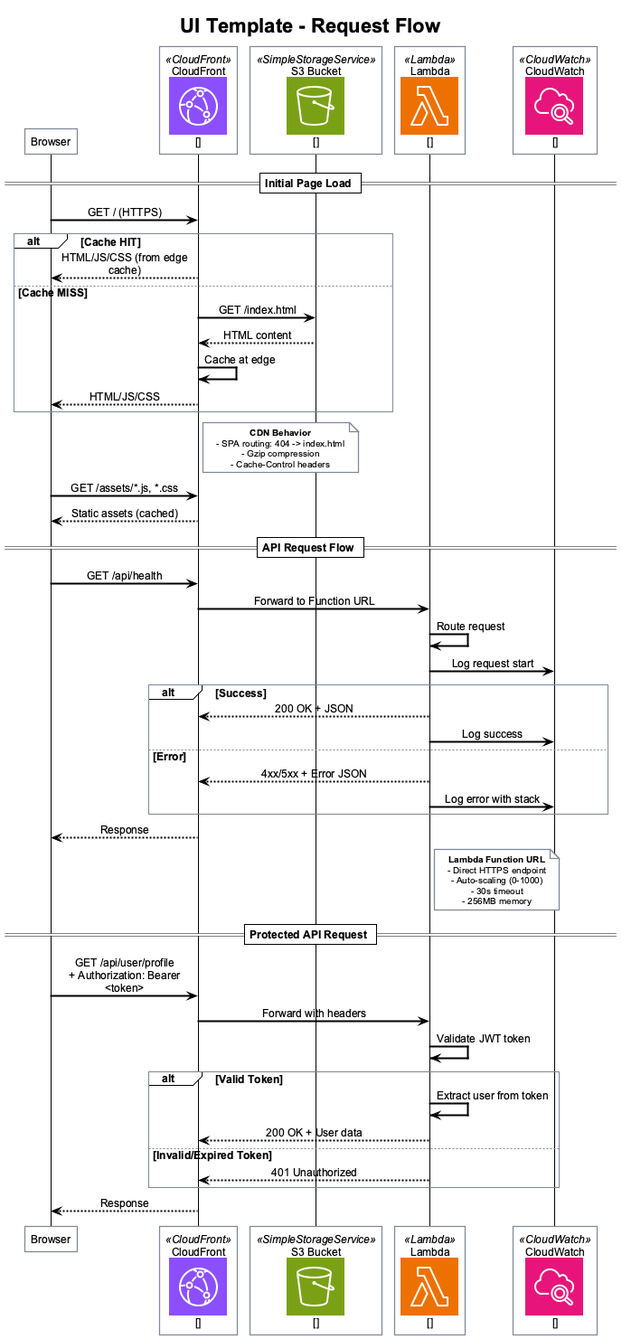
Before: docs-content/images/request-flow.png, a diagram exported from PlantUML (fwornle/ui-template).
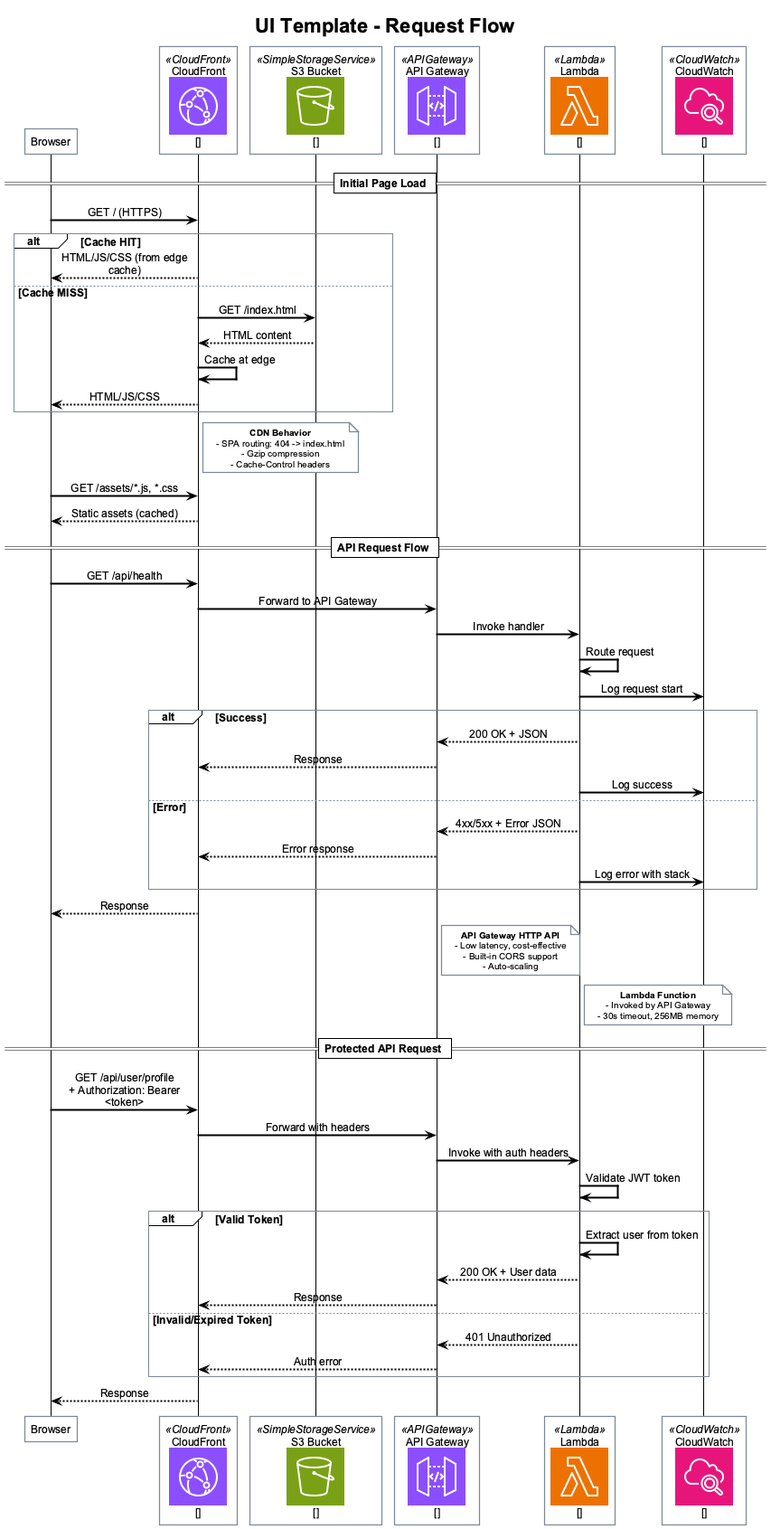
The same file after the commit.

What changed in the source:
```diff
@@ -4,6 +4,7 @@
 !define AWSPuml https://raw.githubusercontent.com/awslabs/aws-icons-for-plantuml/v20.0/dist
 !include AWSPuml/AWSCommon.puml
 !include AWSPuml/NetworkingContentDelivery/CloudFront.puml
+!include AWSPuml/NetworkingContentDelivery/APIGateway.puml
 !include AWSPuml/Storage/SimpleStorageService.puml
 !include AWSPuml/Compute/Lambda.puml
 !include AWSPuml/ManagementGovernance/CloudWatch.puml
@@ -14,6 +15,7 @@
 participant "Browser" as browser
 CloudFrontParticipant(cloudfront, "CloudFront", "")
 SimpleStorageServiceParticipant(s3, "S3 Bucket", "")
+APIGatewayParticipant(apigw, "API Gateway", "")
 LambdaParticipant(lambda, "Lambda", "")
 CloudWatchParticipant(cloudwatch, "CloudWatch", "")
 
@@ -43,41 +45,52 @@
 == API Request Flow ==
 
 browser -> cloudfront : GET /api/health
-cloudfront -> lambda : Forward to Function URL
+cloudfront -> apigw : Forward to API Gateway
+apigw -> lambda : Invoke handler
 
 lambda -> lambda : Route request
 lambda -> cloudwatch : Log request start
 
 alt Success
-    lambda --> cloudfront : 200 OK + JSON
+    lambda --> apigw : 200 OK + JSON
+    apigw --> cloudfront : Response
     lambda -> cloudwatch : Log success
 else Error
-    lambda --> cloudfront : 4xx/5xx + Error JSON
+    lambda --> apigw : 4xx/5xx + Error JSON
+    apigw --> cloudfront : Error response
     lambda -> cloudwatch : Log error with stack
 end
 
 cloudfront --> browser : Response
 
+note right of apigw
+  **API Gateway HTTP API**
+  - Low latency, cost-effective
+  - Built-in CORS support
+  - Auto-scaling
+end note
+
 note right of lambda
-  **Lambda Function URL**
-  - Direct HTTPS endpoint
-  - Auto-scaling (0-1000)
-  - 30s timeout
-  - 256MB memory
+  **Lambda Function**
+  - Invoked by API Gateway
+  - 30s timeout, 256MB memory
 end note
 
 == Protected API Request ==
 
 browser -> cloudfront : GET /api/user/profile\n+ Authorization: Bearer <token>
-cloudfront -> lambda : Forward with headers
+cloudfront -> apigw : Forward with headers
+apigw -> lambda : Invoke with auth headers
 
 lambda -> lambda : Validate JWT token
 
 alt Valid Token
     lambda -> lambda : Extract user from token
-    lambda --> cloudfront : 200 OK + User data
+    lambda --> apigw : 200 OK + User data
+    apigw --> cloudfront : Response
 else Invalid/Expired Token
-    lambda --> cloudfront : 401 Unauthorized
+    lambda --> apigw : 401 Unauthorized
+    apigw --> cloudfront : Auth error
 end
 
 cloudfront --> browser : Response
```
